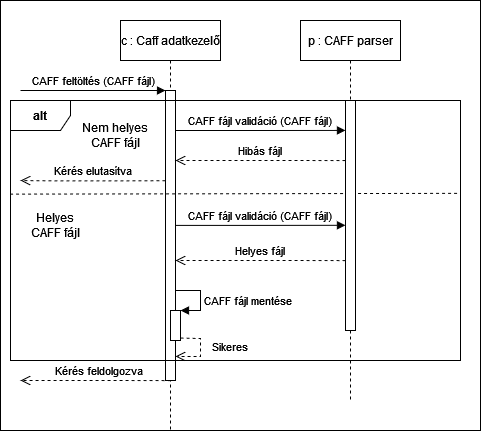
Matyi98/Szamitogep-biztonsag-VIHIMA06 keeps this draw.io diagram as img/seq-diagram-upload.png. Above is the earlier version. Source tidied: cells renumbered, new cells last; positions are measured from the earlier drawing's top-left corner, leaving out a move shared by most shapes. Its diagram source:
```xml
<mxGraphModel>
  <root>
    <mxCell id="0" />
    <mxCell id="1" parent="0" />
    <mxCell id="2" style="rounded=0;whiteSpace=wrap;html=1;" parent="1" vertex="1">
      <mxGeometry width="480" height="430" as="geometry" />
    </mxCell>
    <mxCell id="3" value="c : Caff adatkezelő" style="shape=umlLifeline;perimeter=lifelinePerimeter;rounded=0;shadow=0;strokeWidth=1;" parent="1" vertex="1">
      <mxGeometry x="120" y="20" width="100" height="410" as="geometry" />
    </mxCell>
    <mxCell id="4" style="points=[];perimeter=orthogonalPerimeter;rounded=0;shadow=0;strokeWidth=1;" parent="3" vertex="1">
      <mxGeometry x="45" y="70" width="10" height="290" as="geometry" />
    </mxCell>
    <mxCell id="5" value="CAFF feltöltés (CAFF fájl)" style="verticalAlign=bottom;startArrow=none;endArrow=block;startSize=8;shadow=0;strokeWidth=1;startFill=0;" parent="3" edge="1" target="4">
      <mxGeometry relative="1" as="geometry">
        <mxPoint x="-100" y="70" as="sourcePoint" />
      </mxGeometry>
    </mxCell>
    <mxCell id="6" value="CAFF fájl validáció (CAFF fájl)" style="verticalAlign=bottom;endArrow=block;shadow=0;strokeWidth=1;entryX=-0.004;entryY=0.13;entryDx=0;entryDy=0;entryPerimeter=0;" parent="3" edge="1">
      <mxGeometry relative="1" as="geometry">
        <mxPoint x="55" y="204.9" as="sourcePoint" />
        <mxPoint x="225" y="204.8" as="targetPoint" />
        <Array as="points">
          <mxPoint x="140" y="204.9" />
        </Array>
      </mxGeometry>
    </mxCell>
    <mxCell id="7" style="html=1;points=[];perimeter=orthogonalPerimeter;" parent="3" vertex="1">
      <mxGeometry x="50" y="290" width="10" height="30" as="geometry" />
    </mxCell>
    <mxCell id="8" value="CAFF fájl mentése" style="edgeStyle=orthogonalEdgeStyle;html=1;align=left;spacingLeft=2;endArrow=block;rounded=0;entryX=1;entryY=0;entryDx=0;entryDy=0;entryPerimeter=0;" parent="3" edge="1" target="7">
      <mxGeometry x="0.08" relative="1" as="geometry">
        <mxPoint x="55" y="270" as="sourcePoint" />
        <Array as="points">
          <mxPoint x="55" y="270" />
          <mxPoint x="80" y="270" />
          <mxPoint x="80" y="290" />
        </Array>
      </mxGeometry>
    </mxCell>
    <mxCell id="9" value="Sikeres" style="verticalAlign=bottom;endArrow=open;dashed=1;endSize=8;shadow=0;strokeWidth=1;exitX=1;exitY=0.917;exitDx=0;exitDy=0;exitPerimeter=0;entryX=1;entryY=0.917;entryDx=0;entryDy=0;entryPerimeter=0;rounded=0;" parent="3" edge="1" source="7" target="4">
      <mxGeometry x="0.2" y="30" relative="1" as="geometry">
        <Array as="points">
          <mxPoint x="80" y="318" />
          <mxPoint x="80" y="336" />
        </Array>
        <mxPoint x="30" y="-30" as="offset" />
      </mxGeometry>
    </mxCell>
    <mxCell id="10" value="&lt;b&gt;alt&lt;/b&gt;" style="shape=umlFrame;whiteSpace=wrap;html=1;" parent="3" vertex="1">
      <mxGeometry x="-110" y="80" width="450" height="260" as="geometry" />
    </mxCell>
    <mxCell id="11" style="endArrow=none;dashed=1;html=1;rounded=0;entryX=1;entryY=0.357;entryDx=0;entryDy=0;entryPerimeter=0;exitX=-0.001;exitY=0.36;exitDx=0;exitDy=0;exitPerimeter=0;" parent="3" edge="1" source="10" target="10">
      <mxGeometry relative="1" as="geometry" />
    </mxCell>
    <mxCell id="12" value="Helyes CAFF fájl" style="text;html=1;strokeColor=none;fillColor=none;align=center;verticalAlign=middle;whiteSpace=wrap;rounded=0;" parent="3" vertex="1">
      <mxGeometry x="-100" y="190" width="70" height="30" as="geometry" />
    </mxCell>
    <mxCell id="13" value="p : CAFF parser" style="shape=umlLifeline;perimeter=lifelinePerimeter;rounded=0;shadow=0;strokeWidth=1;" parent="1" vertex="1">
      <mxGeometry x="300" y="20" width="100" height="380" as="geometry" />
    </mxCell>
    <mxCell id="14" style="points=[];perimeter=orthogonalPerimeter;rounded=0;shadow=0;strokeWidth=1;" parent="13" vertex="1">
      <mxGeometry x="45" y="80" width="10" height="230" as="geometry" />
    </mxCell>
    <mxCell id="15" value="Hibás fájl" style="verticalAlign=bottom;endArrow=open;dashed=1;endSize=8;shadow=0;strokeWidth=1;exitX=-0.002;exitY=0.261;exitDx=0;exitDy=0;exitPerimeter=0;" parent="1" edge="1" source="14" target="4">
      <mxGeometry relative="1" as="geometry">
        <Array as="points">
          <mxPoint x="320" y="160" />
          <mxPoint x="290" y="160" />
          <mxPoint x="230" y="160" />
        </Array>
      </mxGeometry>
    </mxCell>
    <mxCell id="16" value="CAFF fájl validáció (CAFF fájl)" style="verticalAlign=bottom;endArrow=block;shadow=0;strokeWidth=1;entryX=-0.004;entryY=0.13;entryDx=0;entryDy=0;entryPerimeter=0;" parent="1" edge="1" source="4" target="14">
      <mxGeometry relative="1" as="geometry">
        <Array as="points">
          <mxPoint x="260" y="130" />
        </Array>
      </mxGeometry>
    </mxCell>
    <mxCell id="17" value="Kérés elutasítva" style="verticalAlign=bottom;endArrow=open;dashed=1;endSize=8;shadow=0;strokeWidth=1;exitX=-0.01;exitY=0.311;exitDx=0;exitDy=0;exitPerimeter=0;" parent="1" edge="1" source="4">
      <mxGeometry relative="1" as="geometry">
        <mxPoint x="20" y="180" as="targetPoint" />
        <Array as="points">
          <mxPoint x="135" y="180.3" />
          <mxPoint x="105" y="180.3" />
          <mxPoint x="45" y="180.3" />
        </Array>
      </mxGeometry>
    </mxCell>
    <mxCell id="18" value="Helyes fájl" style="verticalAlign=bottom;endArrow=open;dashed=1;endSize=8;shadow=0;strokeWidth=1;exitX=0.003;exitY=0.696;exitDx=0;exitDy=0;exitPerimeter=0;" parent="1" edge="1" source="14" target="4">
      <mxGeometry relative="1" as="geometry">
        <Array as="points">
          <mxPoint x="315" y="260" />
          <mxPoint x="285" y="260" />
          <mxPoint x="225" y="260" />
        </Array>
      </mxGeometry>
    </mxCell>
    <mxCell id="19" value="Kérés feldolgozva" style="verticalAlign=bottom;endArrow=open;dashed=1;endSize=8;shadow=0;strokeWidth=1;exitX=0.003;exitY=0.696;exitDx=0;exitDy=0;exitPerimeter=0;" parent="1" edge="1">
      <mxGeometry x="-0.06" relative="1" as="geometry">
        <mxPoint x="170" y="380.1" as="sourcePoint" />
        <mxPoint x="20" y="380" as="targetPoint" />
        <Array as="points">
          <mxPoint x="140" y="380" />
          <mxPoint x="110" y="380" />
          <mxPoint x="50" y="380" />
        </Array>
      </mxGeometry>
    </mxCell>
    <mxCell id="20" value="Nem helyes CAFF fájl" style="text;html=1;strokeColor=none;fillColor=none;align=center;verticalAlign=middle;whiteSpace=wrap;rounded=0;" parent="1" vertex="1">
      <mxGeometry x="70" y="120" width="90" height="30" as="geometry" />
    </mxCell>
  </root>
</mxGraphModel>
```
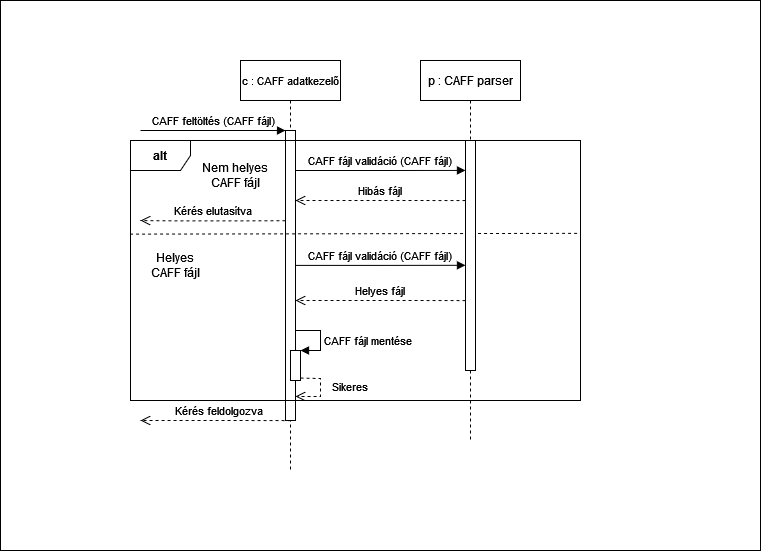
Above is the later version.

Commit message:
Modify upload seq diagram

Diff of the diagram source:
```diff
@@ -3,9 +3,9 @@
     <mxCell id="0" />
     <mxCell id="1" parent="0" />
     <mxCell id="2" style="rounded=0;whiteSpace=wrap;html=1;" parent="1" vertex="1">
-      <mxGeometry width="480" height="430" as="geometry" />
+      <mxGeometry x="-120" y="-40" width="760" height="550" as="geometry" />
     </mxCell>
-    <mxCell id="3" value="c : Caff adatkezelő" style="shape=umlLifeline;perimeter=lifelinePerimeter;rounded=0;shadow=0;strokeWidth=1;" parent="1" vertex="1">
+    <mxCell id="3" value="c : CAFF adatkezelő" style="shape=umlLifeline;perimeter=lifelinePerimeter;rounded=0;shadow=0;strokeWidth=1;fontSize=11;" parent="1" vertex="1">
       <mxGeometry x="120" y="20" width="100" height="410" as="geometry" />
     </mxCell>
     <mxCell id="4" style="points=[];perimeter=orthogonalPerimeter;rounded=0;shadow=0;strokeWidth=1;" parent="3" vertex="1">
```
